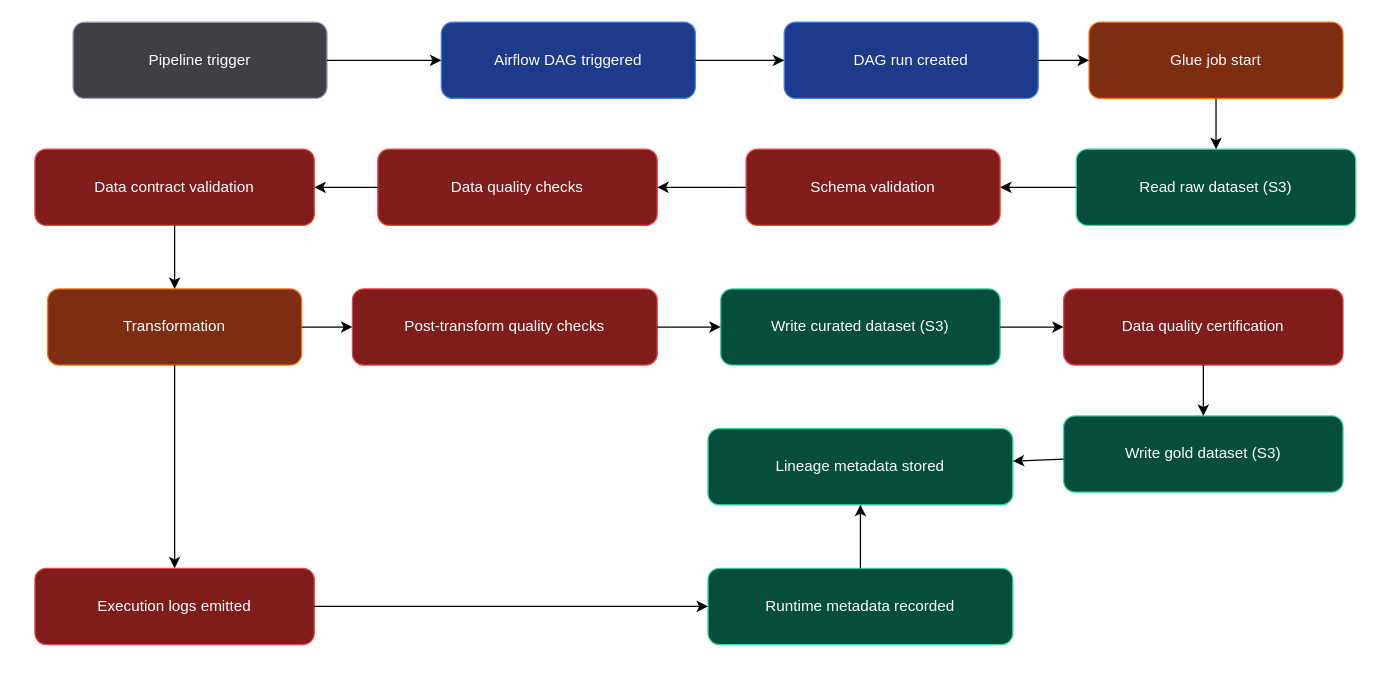
Above: diagrams/proposed_pipeline/process_maps/etl_execution.drawio in SilverPeak2299/Thesis (draw.io), before the change. Source tidied: cells renumbered, new cells numbered last; positions are measured from the earlier drawing's top-left corner, leaving out a move shared by most shapes. Both pictures are drawn from the tidied source at 127%, with x=0, y=0 at pixel (34, 22).
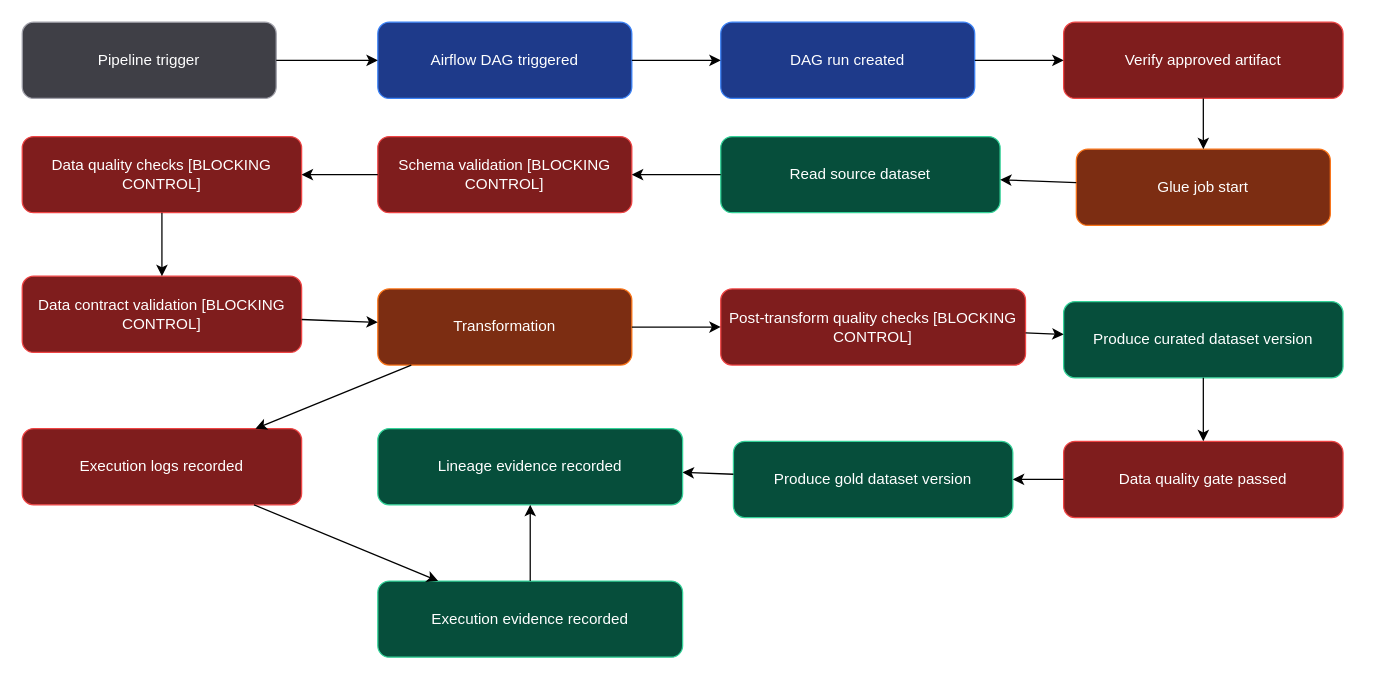
The same diagram, later.

Change to the diagram source:
```diff
@@
     <mxCell id="2" value="Pipeline trigger" style="rounded=1;whiteSpace=wrap;html=1;fillColor=#3f3f46;strokeColor=#a1a1aa;fontColor=#ffffff;" parent="1" vertex="1">
-      <mxGeometry x="30" width="200" height="60" as="geometry" />
+      <mxGeometry x="-10" width="200" height="60" as="geometry" />
     </mxCell>
     <mxCell id="3" value="Airflow DAG triggered" style="rounded=1;whiteSpace=wrap;html=1;fillColor=#1e3a8a;strokeColor=#3b82f6;fontColor=#ffffff;" parent="1" vertex="1">
-      <mxGeometry x="320" width="200" height="60" as="geometry" />
+      <mxGeometry x="270" width="200" height="60" as="geometry" />
     </mxCell>
     <mxCell id="4" value="DAG run created" style="rounded=1;whiteSpace=wrap;html=1;fillColor=#1e3a8a;strokeColor=#3b82f6;fontColor=#ffffff;" parent="1" vertex="1">
-      <mxGeometry x="590" width="200" height="60" as="geometry" />
+      <mxGeometry x="540" width="200" height="60" as="geometry" />
     </mxCell>
+    <mxCell id="34" value="Verify approved artifact" style="rounded=1;whiteSpace=wrap;html=1;fillColor=#7f1d1d;strokeColor=#ef4444;fontColor=#ffffff;" parent="1" vertex="1">
+      <mxGeometry x="810" width="220" height="60" as="geometry" />
+    </mxCell>
     <mxCell id="5" value="Glue job start" style="rounded=1;whiteSpace=wrap;html=1;fillColor=#7c2d12;strokeColor=#f97316;fontColor=#ffffff;" parent="1" vertex="1">
-      <mxGeometry x="830" width="200" height="60" as="geometry" />
+      <mxGeometry x="820" y="100" width="200" height="60" as="geometry" />
     </mxCell>
-    <mxCell id="6" value="Read raw dataset (S3)" style="rounded=1;whiteSpace=wrap;html=1;fillColor=#064e3b;strokeColor=#34d399;fontColor=#ffffff;" parent="1" vertex="1">
-      <mxGeometry x="820" y="100" width="220" height="60" as="geometry" />
+    <mxCell id="6" value="Read source dataset" style="rounded=1;whiteSpace=wrap;html=1;fillColor=#064e3b;strokeColor=#34d399;fontColor=#ffffff;" parent="1" vertex="1">
+      <mxGeometry x="540" y="90" width="220" height="60" as="geometry" />
     </mxCell>
-    <mxCell id="7" value="Schema validation" style="rounded=1;whiteSpace=wrap;html=1;fillColor=#7f1d1d;strokeColor=#ef4444;fontColor=#ffffff;" parent="1" vertex="1">
-      <mxGeometry x="560" y="100" width="200" height="60" as="geometry" />
+    <mxCell id="7" value="Schema validation [BLOCKING CONTROL]" style="rounded=1;whiteSpace=wrap;html=1;fillColor=#7f1d1d;strokeColor=#ef4444;fontColor=#ffffff;" parent="1" vertex="1">
+      <mxGeometry x="270" y="90" width="200" height="60" as="geometry" />
     </mxCell>
-    <mxCell id="8" value="Data quality checks" style="rounded=1;whiteSpace=wrap;html=1;fillColor=#7f1d1d;strokeColor=#ef4444;fontColor=#ffffff;" parent="1" vertex="1">
-      <mxGeometry x="270" y="100" width="220" height="60" as="geometry" />
+    <mxCell id="8" value="Data quality checks [BLOCKING CONTROL]" style="rounded=1;whiteSpace=wrap;html=1;fillColor=#7f1d1d;strokeColor=#ef4444;fontColor=#ffffff;" parent="1" vertex="1">
+      <mxGeometry x="-10" y="90" width="220" height="60" as="geometry" />
     </mxCell>
-    <mxCell id="9" value="Data contract validation" style="rounded=1;whiteSpace=wrap;html=1;fillColor=#7f1d1d;strokeColor=#ef4444;fontColor=#ffffff;" parent="1" vertex="1">
-      <mxGeometry y="100" width="220" height="60" as="geometry" />
+    <mxCell id="9" value="Data contract validation [BLOCKING CONTROL]" style="rounded=1;whiteSpace=wrap;html=1;fillColor=#7f1d1d;strokeColor=#ef4444;fontColor=#ffffff;" parent="1" vertex="1">
+      <mxGeometry x="-10" y="200" width="220" height="60" as="geometry" />
     </mxCell>
     <mxCell id="10" value="Transformation" style="rounded=1;whiteSpace=wrap;html=1;fillColor=#7c2d12;strokeColor=#f97316;fontColor=#ffffff;" parent="1" vertex="1">
-      <mxGeometry x="10" y="210" width="200" height="60" as="geometry" />
+      <mxGeometry x="270" y="210" width="200" height="60" as="geometry" />
     </mxCell>
-    <mxCell id="11" value="Post-transform quality checks" style="rounded=1;whiteSpace=wrap;html=1;fillColor=#7f1d1d;strokeColor=#ef4444;fontColor=#ffffff;" parent="1" vertex="1">
-      <mxGeometry x="250" y="210" width="240" height="60" as="geometry" />
+    <mxCell id="11" value="Post-transform quality checks [BLOCKING CONTROL]" style="rounded=1;whiteSpace=wrap;html=1;fillColor=#7f1d1d;strokeColor=#ef4444;fontColor=#ffffff;" parent="1" vertex="1">
+      <mxGeometry x="540" y="210" width="240" height="60" as="geometry" />
     </mxCell>
-    <mxCell id="12" value="Write curated dataset (S3)" style="rounded=1;whiteSpace=wrap;html=1;fillColor=#064e3b;strokeColor=#34d399;fontColor=#ffffff;" parent="1" vertex="1">
-      <mxGeometry x="540" y="210" width="220" height="60" as="geometry" />
+    <mxCell id="12" value="Produce curated dataset version" style="rounded=1;whiteSpace=wrap;html=1;fillColor=#064e3b;strokeColor=#34d399;fontColor=#ffffff;" parent="1" vertex="1">
+      <mxGeometry x="810" y="220" width="220" height="60" as="geometry" />
     </mxCell>
-    <mxCell id="13" value="Data quality certification" style="rounded=1;whiteSpace=wrap;html=1;fillColor=#7f1d1d;strokeColor=#ef4444;fontColor=#ffffff;" parent="1" vertex="1">
-      <mxGeometry x="810" y="210" width="220" height="60" as="geometry" />
+    <mxCell id="13" value="Data quality gate passed" style="rounded=1;whiteSpace=wrap;html=1;fillColor=#7f1d1d;strokeColor=#ef4444;fontColor=#ffffff;" parent="1" vertex="1">
+      <mxGeometry x="810" y="330" width="220" height="60" as="geometry" />
     </mxCell>
-    <mxCell id="14" value="Write gold dataset (S3)" style="rounded=1;whiteSpace=wrap;html=1;fillColor=#064e3b;strokeColor=#34d399;fontColor=#ffffff;" parent="1" vertex="1">
-      <mxGeometry x="810" y="310" width="220" height="60" as="geometry" />
+    <mxCell id="14" value="Produce gold dataset version" style="rounded=1;whiteSpace=wrap;html=1;fillColor=#064e3b;strokeColor=#34d399;fontColor=#ffffff;" parent="1" vertex="1">
+      <mxGeometry x="550" y="330" width="220" height="60" as="geometry" />
     </mxCell>
-    <mxCell id="15" value="Execution logs emitted" style="rounded=1;whiteSpace=wrap;html=1;fillColor=#7f1d1d;strokeColor=#ef4444;fontColor=#ffffff;" parent="1" vertex="1">
-      <mxGeometry y="430" width="220" height="60" as="geometry" />
+    <mxCell id="15" value="Execution logs recorded" style="rounded=1;whiteSpace=wrap;html=1;fillColor=#7f1d1d;strokeColor=#ef4444;fontColor=#ffffff;" parent="1" vertex="1">
+      <mxGeometry x="-10" y="320" width="220" height="60" as="geometry" />
     </mxCell>
-    <mxCell id="16" value="Runtime metadata recorded" style="rounded=1;whiteSpace=wrap;html=1;fillColor=#064e3b;strokeColor=#34d399;fontColor=#ffffff;" parent="1" vertex="1">
-      <mxGeometry x="530" y="430" width="240" height="60" as="geometry" />
+    <mxCell id="16" value="Execution evidence recorded" style="rounded=1;whiteSpace=wrap;html=1;fillColor=#064e3b;strokeColor=#34d399;fontColor=#ffffff;" parent="1" vertex="1">
+      <mxGeometry x="270" y="440" width="240" height="60" as="geometry" />
     </mxCell>
-    <mxCell id="17" value="Lineage metadata stored" style="rounded=1;whiteSpace=wrap;html=1;fillColor=#064e3b;strokeColor=#34d399;fontColor=#ffffff;" parent="1" vertex="1">
-      <mxGeometry x="530" y="320" width="240" height="60" as="geometry" />
+    <mxCell id="17" value="Lineage evidence recorded" style="rounded=1;whiteSpace=wrap;html=1;fillColor=#064e3b;strokeColor=#34d399;fontColor=#ffffff;" parent="1" vertex="1">
+      <mxGeometry x="270" y="320" width="240" height="60" as="geometry" />
     </mxCell>
@@
+    <mxCell id="35" parent="1" edge="1" source="4" target="34">
+      <mxGeometry relative="1" as="geometry" />
+    </mxCell>
-    <mxCell id="20" parent="1" edge="1" source="4" target="5">
+    <mxCell id="20" parent="1" edge="1" source="34" target="5">
       <mxGeometry relative="1" as="geometry" />
     </mxCell>
```
